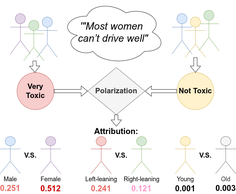
Earlier version of the draw.io export graphs/apunim_example.drawio.png (dimits-ts/aposteriori-unimodality). Source tidied: cells renumbered, new cells last; positions are measured from the earlier drawing's top-left corner, leaving out a move shared by most shapes. Its diagram source:
```xml
<mxGraphModel>
  <root>
    <mxCell id="0" />
    <mxCell id="1" parent="0" />
    <mxCell id="2" value="&lt;i&gt;&lt;font style=&quot;font-size: 30px;&quot;&gt;'&quot;Most women&amp;nbsp;&lt;/font&gt;&lt;/i&gt;&lt;div&gt;&lt;i&gt;&lt;font style=&quot;font-size: 30px;&quot;&gt;can’t drive well&quot;&lt;/font&gt;&lt;/i&gt;&lt;/div&gt;" style="ellipse;shape=cloud;whiteSpace=wrap;html=1;" parent="1" vertex="1">
      <mxGeometry x="180" width="310" height="190" as="geometry" />
    </mxCell>
    <mxCell id="3" style="group;flipH=1;" parent="1" vertex="1">
      <mxGeometry x="510" y="30" width="140" height="140" as="geometry" />
    </mxCell>
    <mxCell id="4" style="shape=umlActor;verticalLabelPosition=bottom;verticalAlign=top;html=1;fillColor=#d5e8d4;strokeColor=#82b366;" parent="3" vertex="1">
      <mxGeometry x="80" width="60" height="120" as="geometry" />
    </mxCell>
    <mxCell id="5" style="shape=umlActor;verticalLabelPosition=bottom;verticalAlign=top;html=1;outlineConnect=0;fillColor=#fff2cc;strokeColor=#d6b656;" parent="3" vertex="1">
      <mxGeometry x="40" y="20" width="60" height="120" as="geometry" />
    </mxCell>
    <mxCell id="6" style="shape=umlActor;verticalLabelPosition=bottom;verticalAlign=top;html=1;fillColor=#dae8fc;strokeColor=#6c8ebf;" parent="3" vertex="1">
      <mxGeometry y="10" width="60" height="120" as="geometry" />
    </mxCell>
    <mxCell id="7" value="&lt;b&gt;&lt;font style=&quot;font-size: 22px;&quot;&gt;Very Toxic&lt;/font&gt;&lt;/b&gt;" style="ellipse;whiteSpace=wrap;html=1;fillColor=#f8cecc;strokeColor=#b85450;" parent="1" vertex="1">
      <mxGeometry x="50" y="215" width="110" height="110" as="geometry" />
    </mxCell>
    <mxCell id="8" style="shape=flexArrow;endArrow=classic;html=1;rounded=0;" parent="1" edge="1" source="21" target="7">
      <mxGeometry relative="1" as="geometry" />
    </mxCell>
    <mxCell id="9" value="&lt;b&gt;&lt;font style=&quot;font-size: 22px;&quot;&gt;Not Toxic&lt;/font&gt;&lt;/b&gt;" style="ellipse;whiteSpace=wrap;html=1;fillColor=#fff2cc;strokeColor=#d6b656;" parent="1" vertex="1">
      <mxGeometry x="525" y="215" width="110" height="110" as="geometry" />
    </mxCell>
    <mxCell id="10" style="shape=flexArrow;endArrow=classic;html=1;rounded=0;" parent="1" edge="1" source="5" target="9">
      <mxGeometry relative="1" as="geometry" />
    </mxCell>
    <mxCell id="11" style="group;" parent="1" vertex="1">
      <mxGeometry y="405" width="180" height="110" as="geometry" />
    </mxCell>
    <mxCell id="12" value="&lt;font style=&quot;font-size: 18px;&quot;&gt;Male&lt;/font&gt;" style="shape=umlActor;verticalLabelPosition=bottom;verticalAlign=top;html=1;fillColor=#dae8fc;strokeColor=#6c8ebf;" parent="11" vertex="1">
      <mxGeometry width="60" height="110" as="geometry" />
    </mxCell>
    <mxCell id="13" value="&lt;font style=&quot;font-size: 20px;&quot;&gt;&lt;b style=&quot;&quot;&gt;V.S.&lt;/b&gt;&lt;/font&gt;" style="text;html=1;whiteSpace=wrap;strokeColor=none;fillColor=none;align=center;verticalAlign=middle;rounded=0;" parent="11" vertex="1">
      <mxGeometry x="60" y="40" width="60" height="30" as="geometry" />
    </mxCell>
    <mxCell id="14" value="&lt;font style=&quot;font-size: 18px;&quot;&gt;Female&lt;/font&gt;" style="shape=umlActor;verticalLabelPosition=bottom;verticalAlign=top;html=1;fillColor=#e1d5e7;strokeColor=#9673a6;" parent="11" vertex="1">
      <mxGeometry x="120" width="60" height="110" as="geometry" />
    </mxCell>
    <mxCell id="15" style="group;" parent="1" vertex="1">
      <mxGeometry x="270" y="405" width="180" height="110" as="geometry" />
    </mxCell>
    <mxCell id="16" value="&lt;font style=&quot;font-size: 18px;&quot;&gt;Left-leaning&lt;/font&gt;" style="shape=umlActor;verticalLabelPosition=bottom;verticalAlign=top;html=1;fillColor=#f8cecc;strokeColor=#b85450;" parent="15" vertex="1">
      <mxGeometry width="60" height="110" as="geometry" />
    </mxCell>
    <mxCell id="17" value="&lt;font style=&quot;font-size: 20px;&quot;&gt;&lt;b style=&quot;&quot;&gt;V.S.&lt;/b&gt;&lt;/font&gt;" style="text;html=1;whiteSpace=wrap;strokeColor=none;fillColor=none;align=center;verticalAlign=middle;rounded=0;" parent="15" vertex="1">
      <mxGeometry x="60" y="40" width="60" height="30" as="geometry" />
    </mxCell>
    <mxCell id="18" value="&lt;font style=&quot;font-size: 18px;&quot;&gt;Right-leaning&lt;/font&gt;" style="shape=umlActor;verticalLabelPosition=bottom;verticalAlign=top;html=1;fillColor=#d5e8d4;strokeColor=#82b366;" parent="15" vertex="1">
      <mxGeometry x="120" width="60" height="110" as="geometry" />
    </mxCell>
    <mxCell id="19" style="group;" parent="1" vertex="1">
      <mxGeometry x="30" y="40" width="140" height="140" as="geometry" />
    </mxCell>
    <mxCell id="20" style="shape=umlActor;verticalLabelPosition=bottom;verticalAlign=top;html=1;fillColor=#e1d5e7;strokeColor=#9673a6;" parent="19" vertex="1">
      <mxGeometry width="60" height="120" as="geometry" />
    </mxCell>
    <mxCell id="21" style="shape=umlActor;verticalLabelPosition=bottom;verticalAlign=top;html=1;outlineConnect=0;fillColor=#d5e8d4;strokeColor=#82b366;" parent="19" vertex="1">
      <mxGeometry x="40" y="20" width="60" height="120" as="geometry" />
    </mxCell>
    <mxCell id="22" style="shape=umlActor;verticalLabelPosition=bottom;verticalAlign=top;html=1;fillColor=#dae8fc;strokeColor=#6c8ebf;" parent="19" vertex="1">
      <mxGeometry x="80" y="10" width="60" height="120" as="geometry" />
    </mxCell>
    <mxCell id="23" style="group;" parent="1" vertex="1">
      <mxGeometry x="520" y="405" width="180" height="110" as="geometry" />
    </mxCell>
    <mxCell id="24" value="&lt;font style=&quot;font-size: 18px;&quot;&gt;Young&lt;/font&gt;" style="shape=umlActor;verticalLabelPosition=bottom;verticalAlign=top;html=1;fillColor=#fff2cc;strokeColor=#d6b656;" parent="23" vertex="1">
      <mxGeometry width="60" height="110" as="geometry" />
    </mxCell>
    <mxCell id="25" value="&lt;font style=&quot;font-size: 20px;&quot;&gt;&lt;b style=&quot;&quot;&gt;V.S.&lt;/b&gt;&lt;/font&gt;" style="text;html=1;whiteSpace=wrap;strokeColor=none;fillColor=none;align=center;verticalAlign=middle;rounded=0;" parent="23" vertex="1">
      <mxGeometry x="60" y="40" width="60" height="30" as="geometry" />
    </mxCell>
    <mxCell id="26" value="&lt;font style=&quot;font-size: 18px;&quot;&gt;Old&lt;/font&gt;" style="shape=umlActor;verticalLabelPosition=bottom;verticalAlign=top;html=1;fillColor=#f5f5f5;strokeColor=#666666;fontColor=#333333;" parent="23" vertex="1">
      <mxGeometry x="120" width="60" height="110" as="geometry" />
    </mxCell>
    <mxCell id="27" value="&lt;font style=&quot;font-size: 24px; color: rgb(234, 107, 102);&quot;&gt;&lt;b style=&quot;&quot;&gt;0.251&lt;/b&gt;&lt;/font&gt;" style="text;html=1;whiteSpace=wrap;strokeColor=none;fillColor=none;align=center;verticalAlign=middle;rounded=0;" parent="1" vertex="1">
      <mxGeometry y="544" width="60" height="30" as="geometry" />
    </mxCell>
    <mxCell id="28" value="&lt;font style=&quot;color: rgb(234, 107, 102); font-size: 24px;&quot;&gt;&lt;b style=&quot;&quot;&gt;0.241&lt;/b&gt;&lt;/font&gt;" style="text;html=1;whiteSpace=wrap;strokeColor=none;fillColor=none;align=center;verticalAlign=middle;rounded=0;" parent="1" vertex="1">
      <mxGeometry x="270" y="545" width="60" height="30" as="geometry" />
    </mxCell>
    <mxCell id="29" value="&lt;font style=&quot;font-size: 24px;&quot;&gt;&lt;b style=&quot;&quot;&gt;0.001&lt;/b&gt;&lt;/font&gt;" style="text;html=1;whiteSpace=wrap;strokeColor=none;fillColor=none;align=center;verticalAlign=middle;rounded=0;" parent="1" vertex="1">
      <mxGeometry x="520" y="545" width="60" height="30" as="geometry" />
    </mxCell>
    <mxCell id="30" value="&lt;b&gt;&lt;font style=&quot;font-size: 22px;&quot;&gt;Polarization&lt;/font&gt;&lt;/b&gt;" style="rhombus;whiteSpace=wrap;html=1;fillColor=#f5f5f5;strokeColor=#666666;fontColor=#333333;" parent="1" vertex="1">
      <mxGeometry x="260" y="200" width="170" height="140" as="geometry" />
    </mxCell>
    <mxCell id="31" style="shape=flexArrow;endArrow=classic;html=1;rounded=0;" parent="1" edge="1" source="7" target="30">
      <mxGeometry relative="1" as="geometry" />
    </mxCell>
    <mxCell id="32" style="shape=flexArrow;endArrow=classic;html=1;rounded=0;" parent="1" edge="1" source="9" target="30">
      <mxGeometry relative="1" as="geometry" />
    </mxCell>
    <mxCell id="33" style="shape=flexArrow;endArrow=classic;html=1;rounded=0;" parent="1" edge="1" source="30" target="34">
      <mxGeometry relative="1" as="geometry" />
    </mxCell>
    <mxCell id="34" value="&lt;font style=&quot;font-size: 24px;&quot;&gt;&lt;b&gt;Attribution:&lt;/b&gt;&lt;/font&gt;" style="text;html=1;whiteSpace=wrap;strokeColor=none;fillColor=none;align=center;verticalAlign=middle;rounded=0;" parent="1" vertex="1">
      <mxGeometry x="280" y="375" width="130" height="30" as="geometry" />
    </mxCell>
    <mxCell id="35" value="&lt;font style=&quot;color: rgb(204, 0, 0); font-size: 24px;&quot;&gt;&lt;b style=&quot;&quot;&gt;0.512&lt;/b&gt;&lt;/font&gt;" style="text;html=1;whiteSpace=wrap;strokeColor=none;fillColor=none;align=center;verticalAlign=middle;rounded=0;" parent="1" vertex="1">
      <mxGeometry x="120" y="545" width="60" height="30" as="geometry" />
    </mxCell>
    <mxCell id="36" value="&lt;font style=&quot;font-size: 24px; color: rgb(255, 153, 204);&quot;&gt;&lt;b style=&quot;&quot;&gt;0.121&lt;/b&gt;&lt;/font&gt;" style="text;html=1;whiteSpace=wrap;strokeColor=none;fillColor=none;align=center;verticalAlign=middle;rounded=0;" parent="1" vertex="1">
      <mxGeometry x="390" y="545" width="60" height="30" as="geometry" />
    </mxCell>
    <mxCell id="37" value="&lt;font style=&quot;font-size: 24px;&quot;&gt;&lt;b style=&quot;&quot;&gt;0.003&lt;/b&gt;&lt;/font&gt;" style="text;html=1;whiteSpace=wrap;strokeColor=none;fillColor=none;align=center;verticalAlign=middle;rounded=0;" parent="1" vertex="1">
      <mxGeometry x="640" y="544" width="60" height="30" as="geometry" />
    </mxCell>
  </root>
</mxGraphModel>
```
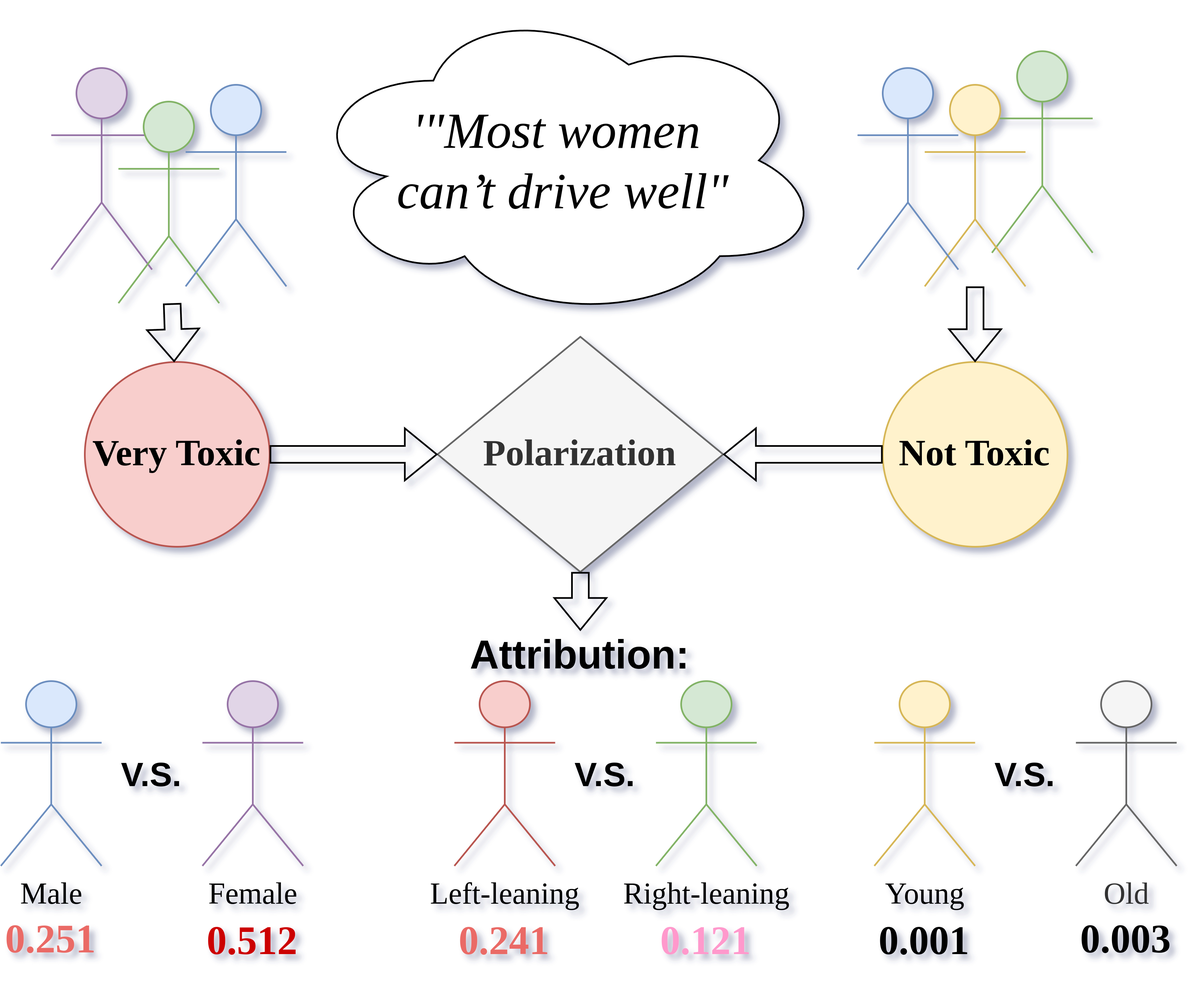
The same file after the commit.

Diff of the diagram source:
```diff
@@ -2,7 +2,7 @@
   <root>
     <mxCell id="0" />
     <mxCell id="1" parent="0" />
-    <mxCell id="2" value="&lt;i&gt;&lt;font style=&quot;font-size: 30px;&quot;&gt;'&quot;Most women&amp;nbsp;&lt;/font&gt;&lt;/i&gt;&lt;div&gt;&lt;i&gt;&lt;font style=&quot;font-size: 30px;&quot;&gt;can’t drive well&quot;&lt;/font&gt;&lt;/i&gt;&lt;/div&gt;" style="ellipse;shape=cloud;whiteSpace=wrap;html=1;" parent="1" vertex="1">
+    <mxCell id="2" value="&lt;i&gt;&lt;font face=&quot;Times New Roman&quot; style=&quot;font-size: 30px;&quot;&gt;'&quot;Most women&amp;nbsp;&lt;/font&gt;&lt;/i&gt;&lt;div&gt;&lt;i&gt;&lt;font face=&quot;Times New Roman&quot; style=&quot;font-size: 30px;&quot;&gt;can’t drive well&quot;&lt;/font&gt;&lt;/i&gt;&lt;/div&gt;" style="ellipse;shape=cloud;whiteSpace=wrap;html=1;" parent="1" vertex="1">
       <mxGeometry x="180" width="310" height="190" as="geometry" />
     </mxCell>
     <mxCell id="3" style="group;flipH=1;" parent="1" vertex="1">
@@ -17,13 +17,13 @@
     <mxCell id="6" style="shape=umlActor;verticalLabelPosition=bottom;verticalAlign=top;html=1;fillColor=#dae8fc;strokeColor=#6c8ebf;" parent="3" vertex="1">
       <mxGeometry y="10" width="60" height="120" as="geometry" />
     </mxCell>
-    <mxCell id="7" value="&lt;b&gt;&lt;font style=&quot;font-size: 22px;&quot;&gt;Very Toxic&lt;/font&gt;&lt;/b&gt;" style="ellipse;whiteSpace=wrap;html=1;fillColor=#f8cecc;strokeColor=#b85450;" parent="1" vertex="1">
+    <mxCell id="7" value="&lt;b&gt;&lt;font face=&quot;Times New Roman&quot; style=&quot;font-size: 22px;&quot;&gt;Very Toxic&lt;/font&gt;&lt;/b&gt;" style="ellipse;whiteSpace=wrap;html=1;fillColor=#f8cecc;strokeColor=#b85450;" parent="1" vertex="1">
       <mxGeometry x="50" y="215" width="110" height="110" as="geometry" />
     </mxCell>
     <mxCell id="8" style="shape=flexArrow;endArrow=classic;html=1;rounded=0;" parent="1" edge="1" source="21" target="7">
       <mxGeometry relative="1" as="geometry" />
     </mxCell>
-    <mxCell id="9" value="&lt;b&gt;&lt;font style=&quot;font-size: 22px;&quot;&gt;Not Toxic&lt;/font&gt;&lt;/b&gt;" style="ellipse;whiteSpace=wrap;html=1;fillColor=#fff2cc;strokeColor=#d6b656;" parent="1" vertex="1">
+    <mxCell id="9" value="&lt;b&gt;&lt;font face=&quot;Times New Roman&quot; style=&quot;font-size: 22px;&quot;&gt;Not Toxic&lt;/font&gt;&lt;/b&gt;" style="ellipse;whiteSpace=wrap;html=1;fillColor=#fff2cc;strokeColor=#d6b656;" parent="1" vertex="1">
       <mxGeometry x="525" y="215" width="110" height="110" as="geometry" />
     </mxCell>
     <mxCell id="10" style="shape=flexArrow;endArrow=classic;html=1;rounded=0;" parent="1" edge="1" source="5" target="9">
@@ -32,25 +32,25 @@
     <mxCell id="11" style="group;" parent="1" vertex="1">
       <mxGeometry y="405" width="180" height="110" as="geometry" />
     </mxCell>
-    <mxCell id="12" value="&lt;font style=&quot;font-size: 18px;&quot;&gt;Male&lt;/font&gt;" style="shape=umlActor;verticalLabelPosition=bottom;verticalAlign=top;html=1;fillColor=#dae8fc;strokeColor=#6c8ebf;" parent="11" vertex="1">
+    <mxCell id="12" value="&lt;font face=&quot;Times New Roman&quot; style=&quot;font-size: 18px;&quot;&gt;Male&lt;/font&gt;" style="shape=umlActor;verticalLabelPosition=bottom;verticalAlign=top;html=1;fillColor=#dae8fc;strokeColor=#6c8ebf;" parent="11" vertex="1">
       <mxGeometry width="60" height="110" as="geometry" />
     </mxCell>
     <mxCell id="13" value="&lt;font style=&quot;font-size: 20px;&quot;&gt;&lt;b style=&quot;&quot;&gt;V.S.&lt;/b&gt;&lt;/font&gt;" style="text;html=1;whiteSpace=wrap;strokeColor=none;fillColor=none;align=center;verticalAlign=middle;rounded=0;" parent="11" vertex="1">
       <mxGeometry x="60" y="40" width="60" height="30" as="geometry" />
     </mxCell>
-    <mxCell id="14" value="&lt;font style=&quot;font-size: 18px;&quot;&gt;Female&lt;/font&gt;" style="shape=umlActor;verticalLabelPosition=bottom;verticalAlign=top;html=1;fillColor=#e1d5e7;strokeColor=#9673a6;" parent="11" vertex="1">
+    <mxCell id="14" value="&lt;font face=&quot;Times New Roman&quot; style=&quot;font-size: 18px;&quot;&gt;Female&lt;/font&gt;" style="shape=umlActor;verticalLabelPosition=bottom;verticalAlign=top;html=1;fillColor=#e1d5e7;strokeColor=#9673a6;" parent="11" vertex="1">
       <mxGeometry x="120" width="60" height="110" as="geometry" />
     </mxCell>
     <mxCell id="15" style="group;" parent="1" vertex="1">
       <mxGeometry x="270" y="405" width="180" height="110" as="geometry" />
     </mxCell>
-    <mxCell id="16" value="&lt;font style=&quot;font-size: 18px;&quot;&gt;Left-leaning&lt;/font&gt;" style="shape=umlActor;verticalLabelPosition=bottom;verticalAlign=top;html=1;fillColor=#f8cecc;strokeColor=#b85450;" parent="15" vertex="1">
+    <mxCell id="16" value="&lt;font face=&quot;Times New Roman&quot; style=&quot;font-size: 18px;&quot;&gt;Left-leaning&lt;/font&gt;" style="shape=umlActor;verticalLabelPosition=bottom;verticalAlign=top;html=1;fillColor=#f8cecc;strokeColor=#b85450;" parent="15" vertex="1">
       <mxGeometry width="60" height="110" as="geometry" />
     </mxCell>
     <mxCell id="17" value="&lt;font style=&quot;font-size: 20px;&quot;&gt;&lt;b style=&quot;&quot;&gt;V.S.&lt;/b&gt;&lt;/font&gt;" style="text;html=1;whiteSpace=wrap;strokeColor=none;fillColor=none;align=center;verticalAlign=middle;rounded=0;" parent="15" vertex="1">
       <mxGeometry x="60" y="40" width="60" height="30" as="geometry" />
     </mxCell>
-    <mxCell id="18" value="&lt;font style=&quot;font-size: 18px;&quot;&gt;Right-leaning&lt;/font&gt;" style="shape=umlActor;verticalLabelPosition=bottom;verticalAlign=top;html=1;fillColor=#d5e8d4;strokeColor=#82b366;" parent="15" vertex="1">
+    <mxCell id="18" value="&lt;font face=&quot;Times New Roman&quot; style=&quot;font-size: 18px;&quot;&gt;Right-leaning&lt;/font&gt;" style="shape=umlActor;verticalLabelPosition=bottom;verticalAlign=top;html=1;fillColor=#d5e8d4;strokeColor=#82b366;" parent="15" vertex="1">
       <mxGeometry x="120" width="60" height="110" as="geometry" />
     </mxCell>
     <mxCell id="19" style="group;" parent="1" vertex="1">
@@ -68,25 +68,25 @@
     <mxCell id="23" style="group;" parent="1" vertex="1">
       <mxGeometry x="520" y="405" width="180" height="110" as="geometry" />
     </mxCell>
-    <mxCell id="24" value="&lt;font style=&quot;font-size: 18px;&quot;&gt;Young&lt;/font&gt;" style="shape=umlActor;verticalLabelPosition=bottom;verticalAlign=top;html=1;fillColor=#fff2cc;strokeColor=#d6b656;" parent="23" vertex="1">
+    <mxCell id="24" value="&lt;font face=&quot;Times New Roman&quot; style=&quot;font-size: 18px;&quot;&gt;Young&lt;/font&gt;" style="shape=umlActor;verticalLabelPosition=bottom;verticalAlign=top;html=1;fillColor=#fff2cc;strokeColor=#d6b656;" parent="23" vertex="1">
       <mxGeometry width="60" height="110" as="geometry" />
     </mxCell>
     <mxCell id="25" value="&lt;font style=&quot;font-size: 20px;&quot;&gt;&lt;b style=&quot;&quot;&gt;V.S.&lt;/b&gt;&lt;/font&gt;" style="text;html=1;whiteSpace=wrap;strokeColor=none;fillColor=none;align=center;verticalAlign=middle;rounded=0;" parent="23" vertex="1">
       <mxGeometry x="60" y="40" width="60" height="30" as="geometry" />
     </mxCell>
-    <mxCell id="26" value="&lt;font style=&quot;font-size: 18px;&quot;&gt;Old&lt;/font&gt;" style="shape=umlActor;verticalLabelPosition=bottom;verticalAlign=top;html=1;fillColor=#f5f5f5;strokeColor=#666666;fontColor=#333333;" parent="23" vertex="1">
+    <mxCell id="26" value="&lt;font face=&quot;Times New Roman&quot; style=&quot;font-size: 18px;&quot;&gt;Old&lt;/font&gt;" style="shape=umlActor;verticalLabelPosition=bottom;verticalAlign=top;html=1;fillColor=#f5f5f5;strokeColor=#666666;fontColor=#333333;" parent="23" vertex="1">
       <mxGeometry x="120" width="60" height="110" as="geometry" />
     </mxCell>
-    <mxCell id="27" value="&lt;font style=&quot;font-size: 24px; color: rgb(234, 107, 102);&quot;&gt;&lt;b style=&quot;&quot;&gt;0.251&lt;/b&gt;&lt;/font&gt;" style="text;html=1;whiteSpace=wrap;strokeColor=none;fillColor=none;align=center;verticalAlign=middle;rounded=0;" parent="1" vertex="1">
+    <mxCell id="27" value="&lt;font face=&quot;Times New Roman&quot; style=&quot;font-size: 24px; color: rgb(234, 107, 102);&quot;&gt;&lt;b style=&quot;&quot;&gt;0.251&lt;/b&gt;&lt;/font&gt;" style="text;html=1;whiteSpace=wrap;strokeColor=none;fillColor=none;align=center;verticalAlign=middle;rounded=0;" parent="1" vertex="1">
       <mxGeometry y="544" width="60" height="30" as="geometry" />
     </mxCell>
-    <mxCell id="28" value="&lt;font style=&quot;color: rgb(234, 107, 102); font-size: 24px;&quot;&gt;&lt;b style=&quot;&quot;&gt;0.241&lt;/b&gt;&lt;/font&gt;" style="text;html=1;whiteSpace=wrap;strokeColor=none;fillColor=none;align=center;verticalAlign=middle;rounded=0;" parent="1" vertex="1">
+    <mxCell id="28" value="&lt;font face=&quot;Times New Roman&quot; style=&quot;color: rgb(234, 107, 102); font-size: 24px;&quot;&gt;&lt;b style=&quot;&quot;&gt;0.241&lt;/b&gt;&lt;/font&gt;" style="text;html=1;whiteSpace=wrap;strokeColor=none;fillColor=none;align=center;verticalAlign=middle;rounded=0;" parent="1" vertex="1">
       <mxGeometry x="270" y="545" width="60" height="30" as="geometry" />
     </mxCell>
-    <mxCell id="29" value="&lt;font style=&quot;font-size: 24px;&quot;&gt;&lt;b style=&quot;&quot;&gt;0.001&lt;/b&gt;&lt;/font&gt;" style="text;html=1;whiteSpace=wrap;strokeColor=none;fillColor=none;align=center;verticalAlign=middle;rounded=0;" parent="1" vertex="1">
+    <mxCell id="29" value="&lt;font face=&quot;Times New Roman&quot; style=&quot;font-size: 24px;&quot;&gt;&lt;b style=&quot;&quot;&gt;0.001&lt;/b&gt;&lt;/font&gt;" style="text;html=1;whiteSpace=wrap;strokeColor=none;fillColor=none;align=center;verticalAlign=middle;rounded=0;" parent="1" vertex="1">
       <mxGeometry x="520" y="545" width="60" height="30" as="geometry" />
     </mxCell>
-    <mxCell id="30" value="&lt;b&gt;&lt;font style=&quot;font-size: 22px;&quot;&gt;Polarization&lt;/font&gt;&lt;/b&gt;" style="rhombus;whiteSpace=wrap;html=1;fillColor=#f5f5f5;strokeColor=#666666;fontColor=#333333;" parent="1" vertex="1">
+    <mxCell id="30" value="&lt;b&gt;&lt;font face=&quot;Times New Roman&quot; style=&quot;font-size: 22px;&quot;&gt;Polarization&lt;/font&gt;&lt;/b&gt;" style="rhombus;whiteSpace=wrap;html=1;fillColor=#f5f5f5;strokeColor=#666666;fontColor=#333333;" parent="1" vertex="1">
       <mxGeometry x="260" y="200" width="170" height="140" as="geometry" />
     </mxCell>
     <mxCell id="31" style="shape=flexArrow;endArrow=classic;html=1;rounded=0;" parent="1" edge="1" source="7" target="30">
@@ -101,13 +101,13 @@
     <mxCell id="34" value="&lt;font style=&quot;font-size: 24px;&quot;&gt;&lt;b&gt;Attribution:&lt;/b&gt;&lt;/font&gt;" style="text;html=1;whiteSpace=wrap;strokeColor=none;fillColor=none;align=center;verticalAlign=middle;rounded=0;" parent="1" vertex="1">
       <mxGeometry x="280" y="375" width="130" height="30" as="geometry" />
     </mxCell>
-    <mxCell id="35" value="&lt;font style=&quot;color: rgb(204, 0, 0); font-size: 24px;&quot;&gt;&lt;b style=&quot;&quot;&gt;0.512&lt;/b&gt;&lt;/font&gt;" style="text;html=1;whiteSpace=wrap;strokeColor=none;fillColor=none;align=center;verticalAlign=middle;rounded=0;" parent="1" vertex="1">
+    <mxCell id="35" value="&lt;font face=&quot;Times New Roman&quot; style=&quot;color: rgb(204, 0, 0); font-size: 24px;&quot;&gt;&lt;b style=&quot;&quot;&gt;0.512&lt;/b&gt;&lt;/font&gt;" style="text;html=1;whiteSpace=wrap;strokeColor=none;fillColor=none;align=center;verticalAlign=middle;rounded=0;" parent="1" vertex="1">
       <mxGeometry x="120" y="545" width="60" height="30" as="geometry" />
     </mxCell>
-    <mxCell id="36" value="&lt;font style=&quot;font-size: 24px; color: rgb(255, 153, 204);&quot;&gt;&lt;b style=&quot;&quot;&gt;0.121&lt;/b&gt;&lt;/font&gt;" style="text;html=1;whiteSpace=wrap;strokeColor=none;fillColor=none;align=center;verticalAlign=middle;rounded=0;" parent="1" vertex="1">
+    <mxCell id="36" value="&lt;font face=&quot;Times New Roman&quot; style=&quot;font-size: 24px; color: rgb(255, 153, 204);&quot;&gt;&lt;b style=&quot;&quot;&gt;0.121&lt;/b&gt;&lt;/font&gt;" style="text;html=1;whiteSpace=wrap;strokeColor=none;fillColor=none;align=center;verticalAlign=middle;rounded=0;" parent="1" vertex="1">
       <mxGeometry x="390" y="545" width="60" height="30" as="geometry" />
     </mxCell>
-    <mxCell id="37" value="&lt;font style=&quot;font-size: 24px;&quot;&gt;&lt;b style=&quot;&quot;&gt;0.003&lt;/b&gt;&lt;/font&gt;" style="text;html=1;whiteSpace=wrap;strokeColor=none;fillColor=none;align=center;verticalAlign=middle;rounded=0;" parent="1" vertex="1">
+    <mxCell id="37" value="&lt;font face=&quot;Times New Roman&quot; style=&quot;font-size: 24px;&quot;&gt;&lt;b style=&quot;&quot;&gt;0.003&lt;/b&gt;&lt;/font&gt;" style="text;html=1;whiteSpace=wrap;strokeColor=none;fillColor=none;align=center;verticalAlign=middle;rounded=0;" parent="1" vertex="1">
       <mxGeometry x="640" y="544" width="60" height="30" as="geometry" />
     </mxCell>
   </root>
```
